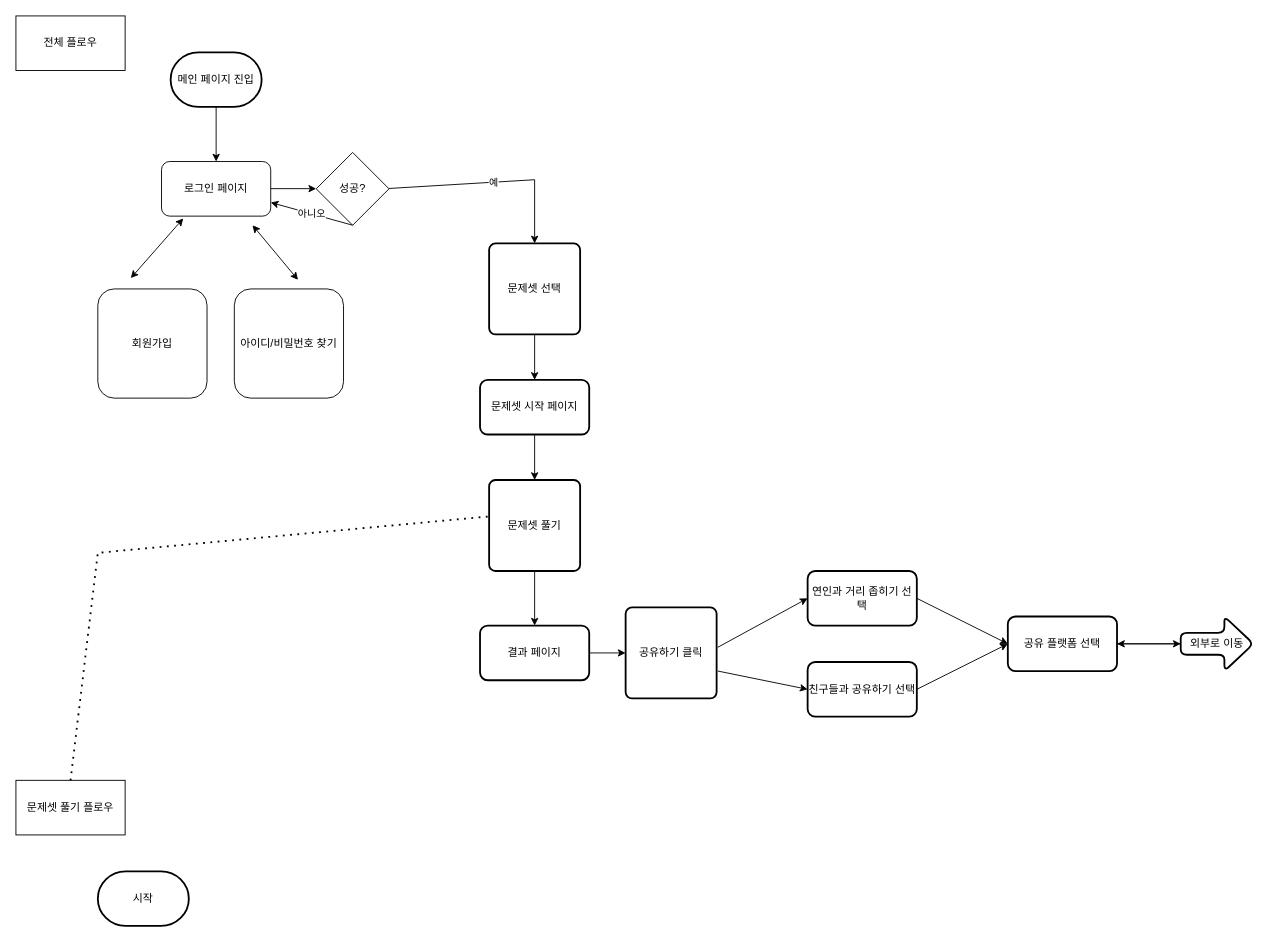
This is geori_user_flow.drawio from HoneyStreetCorp/user-flow, a draw.io file, before an edit. Source tidied: cells renumbered, new cells numbered last; positions are measured from the earlier drawing's top-left corner, leaving out a move shared by most shapes. Both pictures are drawn from the tidied source at 91%, with x=0, y=0 at pixel (15, 15).
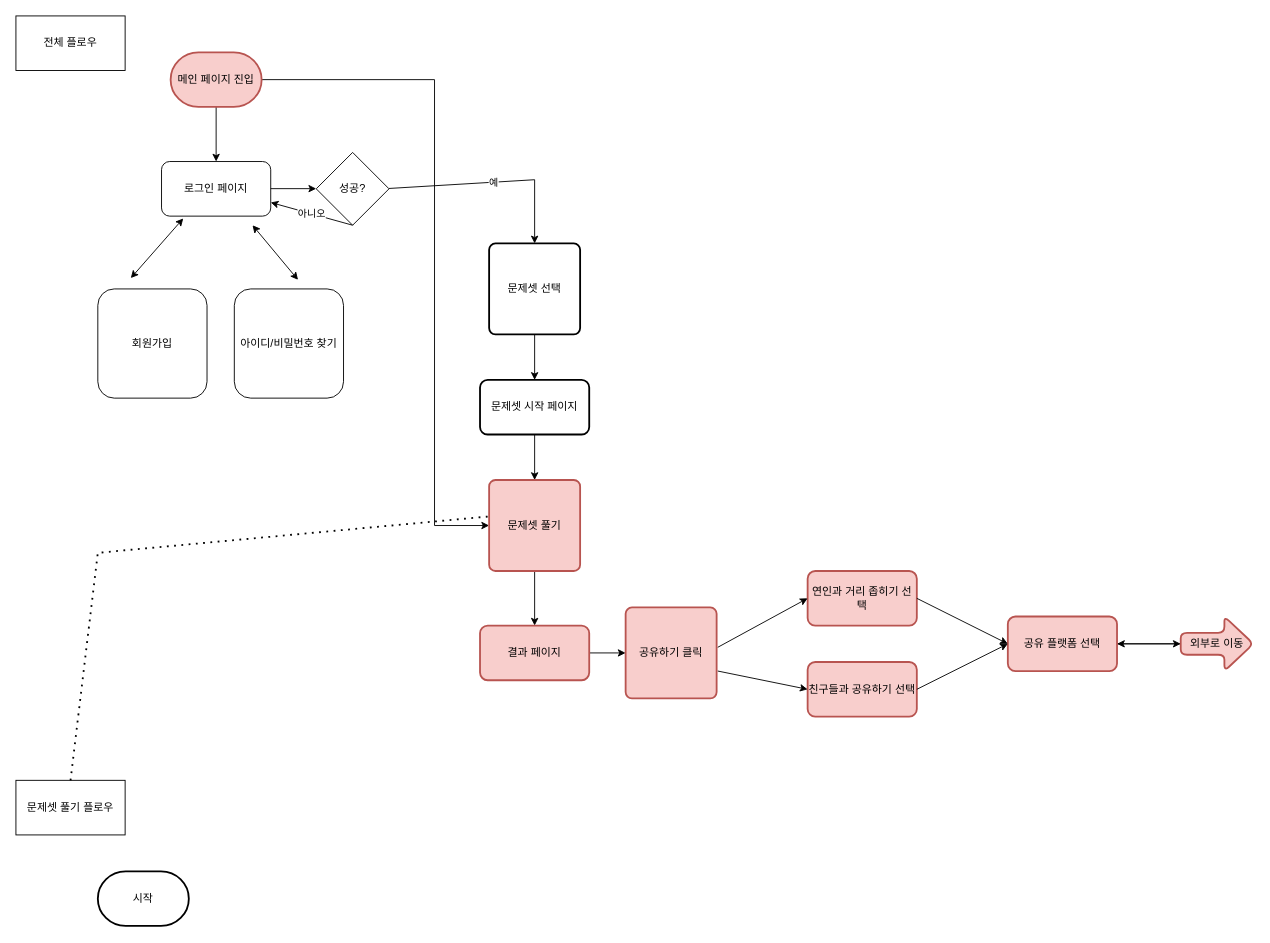
After the change.

The edit, as a diff of the source:
```diff
@@
+    <mxCell id="38" style="edgeStyle=orthogonalEdgeStyle;rounded=0;jettySize=auto;html=1;entryX=0;entryY=0.5;entryDx=0;entryDy=0;" parent="1" edge="1" source="3" target="14">
+      <mxGeometry relative="1" as="geometry">
+        <Array as="points">
+          <mxPoint x="460" y="70" />
+          <mxPoint x="460" y="560" />
+        </Array>
+      </mxGeometry>
+    </mxCell>
-    <mxCell id="3" value="메인 페이지 진입" style="strokeWidth=2;html=1;shape=mxgraph.flowchart.terminator;whiteSpace=wrap;" parent="1" vertex="1">
+    <mxCell id="3" value="메인 페이지 진입" style="strokeWidth=2;html=1;shape=mxgraph.flowchart.terminator;whiteSpace=wrap;fillColor=#f8cecc;strokeColor=#b85450;" parent="1" vertex="1">
       <mxGeometry x="170" y="40" width="100" height="60" as="geometry" />
     </mxCell>
@@
-    <mxCell id="14" value="문제셋 풀기" style="rounded=1;whiteSpace=wrap;html=1;absoluteArcSize=1;arcSize=14;strokeWidth=2;" parent="1" vertex="1">
+    <mxCell id="14" value="문제셋 풀기" style="rounded=1;whiteSpace=wrap;html=1;absoluteArcSize=1;arcSize=14;strokeWidth=2;fillColor=#f8cecc;strokeColor=#b85450;" parent="1" vertex="1">
       <mxGeometry x="520" y="510" width="100" height="100" as="geometry" />
     </mxCell>
@@
-    <mxCell id="16" value="결과 페이지" style="whiteSpace=wrap;html=1;rounded=1;arcSize=14;strokeWidth=2;" parent="1" vertex="1">
+    <mxCell id="16" value="결과 페이지" style="whiteSpace=wrap;html=1;rounded=1;arcSize=14;strokeWidth=2;fillColor=#f8cecc;strokeColor=#b85450;" parent="1" vertex="1">
       <mxGeometry x="510" y="670" width="120" height="60" as="geometry" />
     </mxCell>
-    <mxCell id="17" value="공유하기 클릭" style="rounded=1;whiteSpace=wrap;html=1;absoluteArcSize=1;arcSize=14;strokeWidth=2;" parent="1" vertex="1">
+    <mxCell id="17" value="공유하기 클릭" style="rounded=1;whiteSpace=wrap;html=1;absoluteArcSize=1;arcSize=14;strokeWidth=2;fillColor=#f8cecc;strokeColor=#b85450;" parent="1" vertex="1">
       <mxGeometry x="670" y="650" width="100" height="100" as="geometry" />
     </mxCell>
@@
-    <mxCell id="19" value="공유 플랫폼 선택" style="whiteSpace=wrap;html=1;rounded=1;arcSize=14;strokeWidth=2;" parent="1" vertex="1">
+    <mxCell id="19" value="공유 플랫폼 선택" style="whiteSpace=wrap;html=1;rounded=1;arcSize=14;strokeWidth=2;fillColor=#f8cecc;strokeColor=#b85450;" parent="1" vertex="1">
       <mxGeometry x="1090" y="660" width="120" height="60" as="geometry" />
     </mxCell>
@@
-    <mxCell id="21" value="외부로 이동" style="shape=singleArrow;whiteSpace=wrap;html=1;arrowWidth=0.4;arrowSize=0.4;rounded=1;arcSize=14;strokeWidth=2;" parent="1" vertex="1">
+    <mxCell id="21" value="외부로 이동" style="shape=singleArrow;whiteSpace=wrap;html=1;arrowWidth=0.4;arrowSize=0.4;rounded=1;arcSize=14;strokeWidth=2;fillColor=#f8cecc;strokeColor=#b85450;" parent="1" vertex="1">
       <mxGeometry x="1280" y="660" width="80" height="60" as="geometry" />
     </mxCell>
@@
-    <mxCell id="32" value="연인과 거리 좁히기 선택" style="whiteSpace=wrap;html=1;rounded=1;arcSize=14;strokeWidth=2;" parent="1" vertex="1">
+    <mxCell id="32" value="연인과 거리 좁히기 선택" style="whiteSpace=wrap;html=1;rounded=1;arcSize=14;strokeWidth=2;fillColor=#f8cecc;strokeColor=#b85450;" parent="1" vertex="1">
       <mxGeometry x="870" y="610" width="120" height="60" as="geometry" />
     </mxCell>
-    <mxCell id="33" value="친구들과 공유하기 선택" style="whiteSpace=wrap;html=1;rounded=1;arcSize=14;strokeWidth=2;" parent="1" vertex="1">
+    <mxCell id="33" value="친구들과 공유하기 선택" style="whiteSpace=wrap;html=1;rounded=1;arcSize=14;strokeWidth=2;fillColor=#f8cecc;strokeColor=#b85450;" parent="1" vertex="1">
       <mxGeometry x="870" y="710" width="120" height="60" as="geometry" />
     </mxCell>
```
